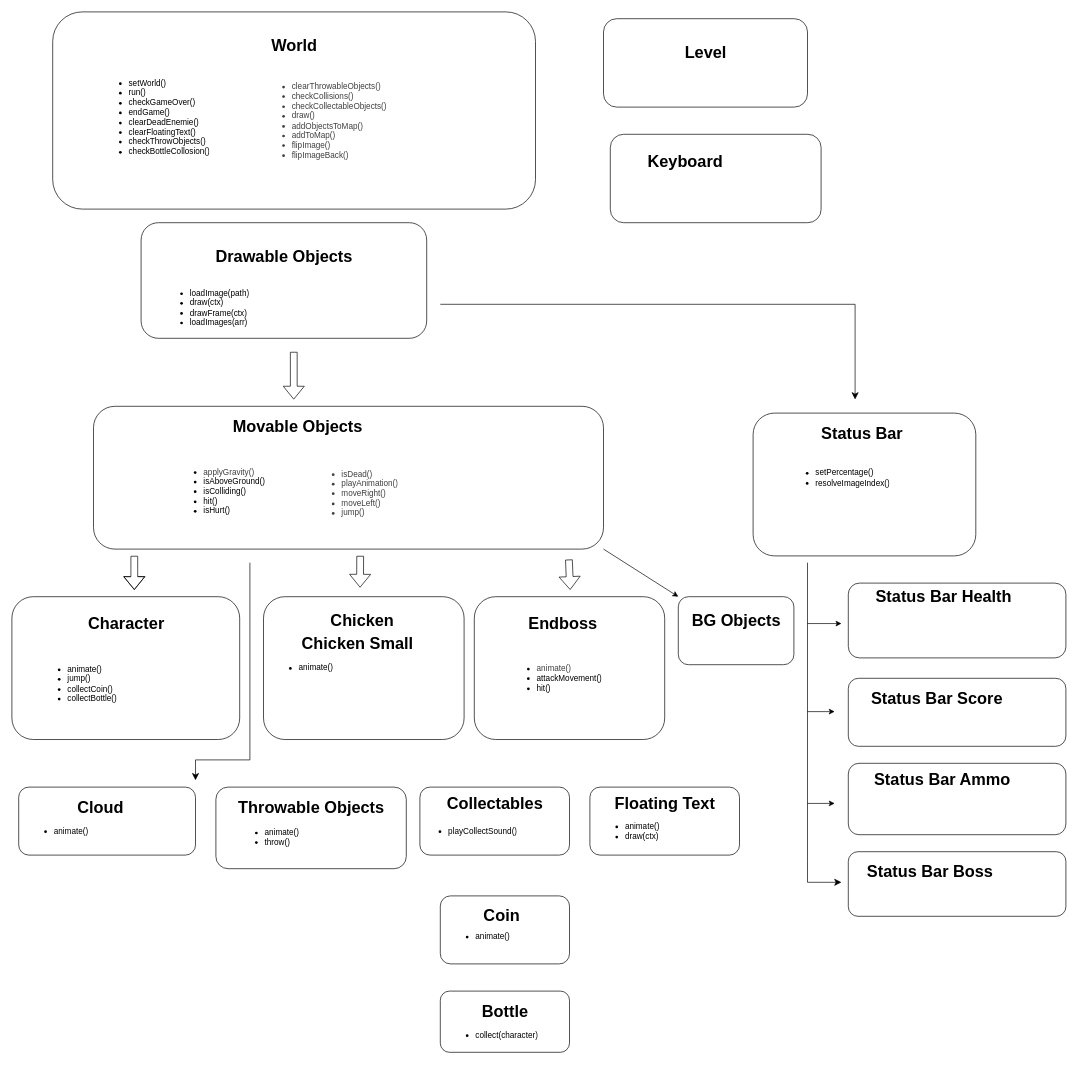
This is doc/class-diagram.drawio from AnneManthey/Pollo-Loco, a draw.io file, before an edit. Source tidied: cells renumbered, new cells numbered last; positions are measured from the earlier drawing's top-left corner, leaving out a move shared by most shapes. Both pictures are drawn from the tidied source at 68%, with x=0, y=0 at pixel (12, 12).
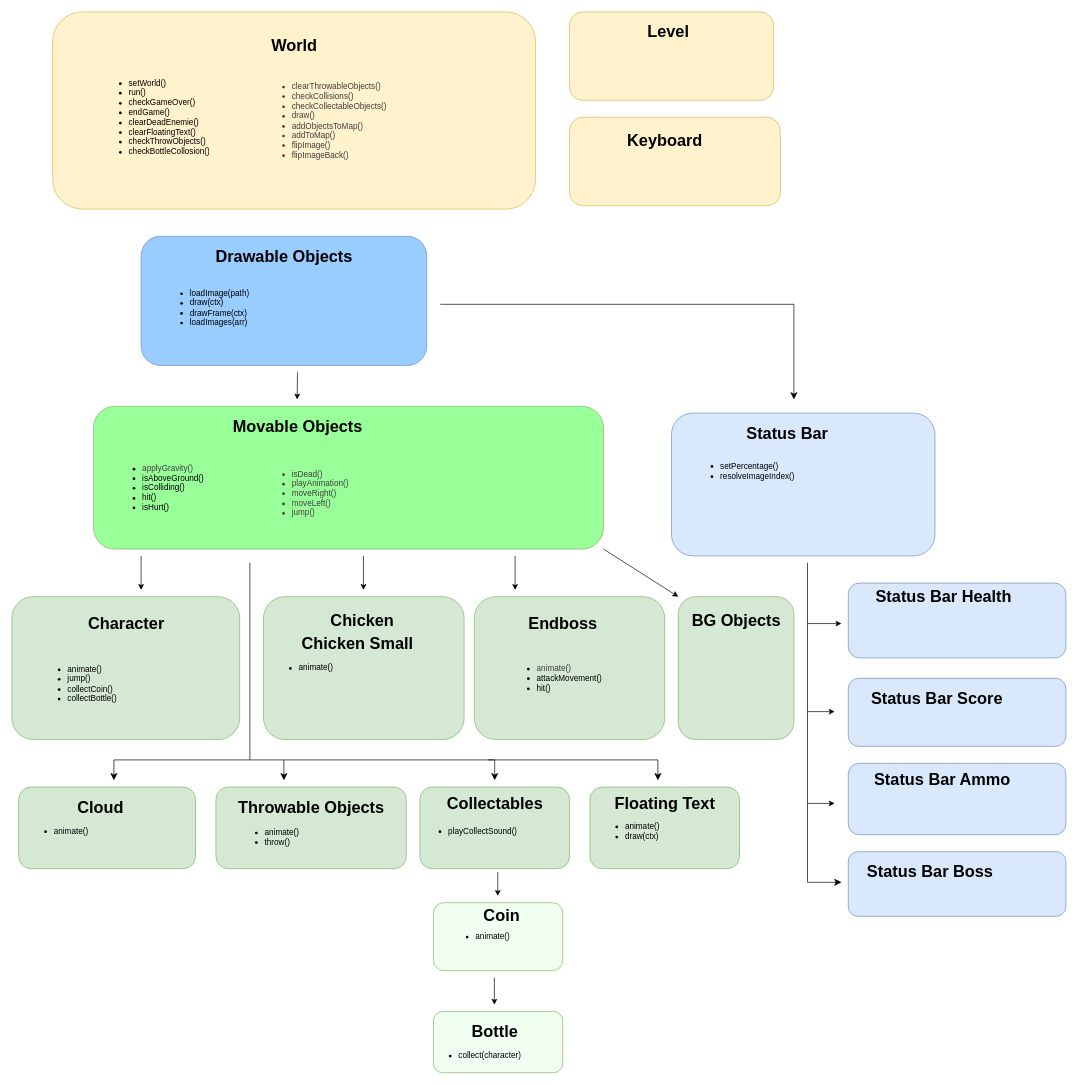
Above is the later version.

Diff of the diagram source:
```diff
@@
-<mxGraphModel>
+<mxGraphModel background="#ffffff">
@@
-    <mxCell id="2" style="rounded=1;whiteSpace=wrap;html=1;" parent="1" vertex="1">
+    <mxCell id="2" style="rounded=1;whiteSpace=wrap;html=1;fillColor=#fff2cc;strokeColor=#d6b656;" parent="1" vertex="1">
       <mxGeometry x="60" width="710" height="290" as="geometry" />
     </mxCell>
@@
-    <mxCell id="5" style="rounded=1;whiteSpace=wrap;html=1;" parent="1" vertex="1">
-      <mxGeometry x="190" y="310" width="420" height="170" as="geometry" />
+    <mxCell id="5" style="rounded=1;whiteSpace=wrap;html=1;fillColor=#99CCFF;strokeColor=#6c8ebf;" parent="1" vertex="1">
+      <mxGeometry x="190" y="330" width="420" height="190" as="geometry" />
     </mxCell>
@@
-    <mxCell id="8" style="rounded=1;whiteSpace=wrap;html=1;" parent="1" vertex="1">
+    <mxCell id="8" style="rounded=1;whiteSpace=wrap;html=1;fillColor=#d5e8d4;strokeColor=#82b366;" parent="1" vertex="1">
       <mxGeometry y="860" width="335" height="210" as="geometry" />
     </mxCell>
-    <mxCell id="9" style="rounded=1;whiteSpace=wrap;html=1;" parent="1" vertex="1">
+    <mxCell id="9" style="rounded=1;whiteSpace=wrap;html=1;fillColor=#99FF99;strokeColor=#82b366;" parent="1" vertex="1">
       <mxGeometry x="120" y="580" width="750" height="210" as="geometry" />
     </mxCell>
@@
     <mxCell id="12" value="&lt;ul&gt;&lt;li&gt;&lt;span style=&quot;color: rgb(63, 63, 63); background-color: transparent;&quot;&gt;applyGravity()&lt;/span&gt;&lt;/li&gt;&lt;li&gt;isAboveGround()&lt;/li&gt;&lt;li&gt;isColliding()&lt;/li&gt;&lt;li&gt;hit()&lt;/li&gt;&lt;li&gt;isHurt()&lt;/li&gt;&lt;/ul&gt;" style="text;strokeColor=none;fillColor=none;html=1;whiteSpace=wrap;verticalAlign=middle;overflow=hidden;" parent="1" vertex="1">
-      <mxGeometry x="240" y="635" width="150" height="140" as="geometry" />
+      <mxGeometry x="150" y="630" width="150" height="140" as="geometry" />
     </mxCell>
     <mxCell id="13" value="&lt;ul&gt;&lt;li style=&quot;color: rgb(63, 63, 63); scrollbar-color: rgb(226, 226, 226) rgb(251, 251, 251);&quot;&gt;isDead()&lt;/li&gt;&lt;li style=&quot;color: rgb(63, 63, 63); scrollbar-color: rgb(226, 226, 226) rgb(251, 251, 251);&quot;&gt;playAnimation()&lt;/li&gt;&lt;li style=&quot;color: rgb(63, 63, 63); scrollbar-color: rgb(226, 226, 226) rgb(251, 251, 251);&quot;&gt;moveRight()&lt;/li&gt;&lt;li style=&quot;color: rgb(63, 63, 63); scrollbar-color: rgb(226, 226, 226) rgb(251, 251, 251);&quot;&gt;moveLeft()&lt;/li&gt;&lt;li style=&quot;color: rgb(63, 63, 63); scrollbar-color: rgb(226, 226, 226) rgb(251, 251, 251);&quot;&gt;jump()&lt;/li&gt;&lt;/ul&gt;" style="text;strokeColor=none;fillColor=none;html=1;whiteSpace=wrap;verticalAlign=middle;overflow=hidden;" parent="1" vertex="1">
-      <mxGeometry x="442.5" y="640" width="130" height="135" as="geometry" />
+      <mxGeometry x="370" y="640" width="130" height="135" as="geometry" />
     </mxCell>
-    <mxCell id="14" style="shape=flexArrow;endArrow=classic;html=1;" parent="1" edge="1">
-      <mxGeometry relative="1" as="geometry">
-        <mxPoint x="414.5" y="500" as="sourcePoint" />
-        <mxPoint x="414.5" y="570" as="targetPoint" />
-      </mxGeometry>
-    </mxCell>
@@
-    <mxCell id="16" style="shape=flexArrow;endArrow=classic;html=1;" parent="1" edge="1">
-      <mxGeometry relative="1" as="geometry">
-        <mxPoint x="180" y="800" as="sourcePoint" />
-        <mxPoint x="180" y="850" as="targetPoint" />
-        <Array as="points">
-          <mxPoint x="180" y="820" />
-        </Array>
-      </mxGeometry>
-    </mxCell>
@@
-    <mxCell id="18" style="rounded=1;whiteSpace=wrap;html=1;" parent="1" vertex="1">
+    <mxCell id="18" style="rounded=1;whiteSpace=wrap;html=1;fillColor=#d5e8d4;strokeColor=#82b366;" parent="1" vertex="1">
       <mxGeometry x="370" y="860" width="295" height="210" as="geometry" />
     </mxCell>
@@
-    <mxCell id="22" style="shape=flexArrow;endArrow=classic;html=1;entryX=0.118;entryY=-0.016;entryDx=0;entryDy=0;entryPerimeter=0;" parent="1" edge="1">
-      <mxGeometry relative="1" as="geometry">
-        <mxPoint x="512.2" y="800" as="sourcePoint" />
-        <mxPoint x="512" y="846.6" as="targetPoint" />
-      </mxGeometry>
-    </mxCell>
-    <mxCell id="23" style="rounded=1;whiteSpace=wrap;html=1;" parent="1" vertex="1">
+    <mxCell id="23" style="rounded=1;whiteSpace=wrap;html=1;fillColor=#d5e8d4;strokeColor=#82b366;" parent="1" vertex="1">
       <mxGeometry x="680" y="860" width="280" height="210" as="geometry" />
     </mxCell>
-    <mxCell id="24" style="shape=flexArrow;endArrow=classic;html=1;" parent="1" edge="1">
-      <mxGeometry relative="1" as="geometry">
-        <mxPoint x="819.1" y="805.4" as="sourcePoint" />
-        <mxPoint x="821" y="850" as="targetPoint" />
-      </mxGeometry>
-    </mxCell>
@@
-    <mxCell id="26" style="rounded=1;whiteSpace=wrap;html=1;" parent="1" vertex="1">
-      <mxGeometry x="980" y="860" width="170" height="100" as="geometry" />
+    <mxCell id="26" style="rounded=1;whiteSpace=wrap;html=1;fillColor=#d5e8d4;strokeColor=#82b366;" parent="1" vertex="1">
+      <mxGeometry x="980" y="860" width="170" height="210" as="geometry" />
     </mxCell>
@@
-    <mxCell id="28" style="rounded=1;whiteSpace=wrap;html=1;" parent="1" vertex="1">
-      <mxGeometry x="10" y="1140" width="260" height="100" as="geometry" />
+    <mxCell id="28" style="rounded=1;whiteSpace=wrap;html=1;fillColor=#d5e8d4;strokeColor=#82b366;" parent="1" vertex="1">
+      <mxGeometry x="10" y="1140" width="260" height="120" as="geometry" />
     </mxCell>
@@
-    <mxCell id="31" style="rounded=1;whiteSpace=wrap;html=1;" parent="1" vertex="1">
-      <mxGeometry x="1090" y="590" width="327.5" height="210" as="geometry" />
+    <mxCell id="31" style="rounded=1;whiteSpace=wrap;html=1;fillColor=#dae8fc;strokeColor=#6c8ebf;" parent="1" vertex="1">
+      <mxGeometry x="970" y="590" width="387.5" height="210" as="geometry" />
     </mxCell>
     <mxCell id="32" value="Status Bar" style="text;strokeColor=none;fillColor=none;html=1;fontSize=24;fontStyle=1;verticalAlign=middle;align=center;" parent="1" vertex="1">
-      <mxGeometry x="1200" y="600" width="100" height="40" as="geometry" />
+      <mxGeometry x="1090" y="600" width="100" height="40" as="geometry" />
     </mxCell>
     <mxCell id="33" value="&lt;ul&gt;&lt;li&gt;setPercentage()&lt;/li&gt;&lt;li&gt;resolveImageIndex()&lt;/li&gt;&lt;/ul&gt;" style="text;strokeColor=none;fillColor=none;html=1;whiteSpace=wrap;verticalAlign=middle;overflow=hidden;" parent="1" vertex="1">
-      <mxGeometry x="1140" y="650" width="200" height="70" as="geometry" />
+      <mxGeometry x="1000" y="640" width="200" height="70" as="geometry" />
     </mxCell>
     <mxCell id="34" style="edgeStyle=segmentEdgeStyle;endArrow=classic;html=1;curved=0;rounded=0;endSize=8;startSize=8;" parent="1" edge="1">
       <mxGeometry relative="1" as="geometry">
         <mxPoint x="350" y="810" as="sourcePoint" />
-        <mxPoint x="270" y="1130" as="targetPoint" />
+        <mxPoint x="150" y="1130" as="targetPoint" />
         <Array as="points">
           <mxPoint x="350" y="1100" />
         </Array>
       </mxGeometry>
     </mxCell>
-    <mxCell id="35" style="rounded=1;whiteSpace=wrap;html=1;" parent="1" vertex="1">
-      <mxGeometry x="600" y="1140" width="220" height="100" as="geometry" />
+    <mxCell id="35" style="rounded=1;whiteSpace=wrap;html=1;fillColor=#d5e8d4;strokeColor=#82b366;" parent="1" vertex="1">
+      <mxGeometry x="600" y="1140" width="220" height="120" as="geometry" />
     </mxCell>
@@
-    <mxCell id="38" style="rounded=1;whiteSpace=wrap;html=1;" parent="1" vertex="1">
-      <mxGeometry x="850" y="1140" width="220" height="100" as="geometry" />
+    <mxCell id="38" style="rounded=1;whiteSpace=wrap;html=1;fillColor=#d5e8d4;strokeColor=#82b366;" parent="1" vertex="1">
+      <mxGeometry x="850" y="1140" width="220" height="120" as="geometry" />
     </mxCell>
@@
-    <mxCell id="41" style="rounded=1;whiteSpace=wrap;html=1;" parent="1" vertex="1">
+    <mxCell id="41" style="rounded=1;whiteSpace=wrap;html=1;fillColor=#dae8fc;strokeColor=#6c8ebf;" parent="1" vertex="1">
       <mxGeometry x="1230" y="840" width="320" height="110" as="geometry" />
     </mxCell>
@@
-    <mxCell id="43" style="rounded=1;whiteSpace=wrap;html=1;" parent="1" vertex="1">
+    <mxCell id="43" style="rounded=1;whiteSpace=wrap;html=1;fillColor=#dae8fc;strokeColor=#6c8ebf;" parent="1" vertex="1">
       <mxGeometry x="1230" y="980" width="320" height="100" as="geometry" />
     </mxCell>
-    <mxCell id="44" style="rounded=1;whiteSpace=wrap;html=1;" parent="1" vertex="1">
+    <mxCell id="44" style="rounded=1;whiteSpace=wrap;html=1;fillColor=#dae8fc;strokeColor=#6c8ebf;" parent="1" vertex="1">
       <mxGeometry x="1230" y="1105" width="320" height="105" as="geometry" />
     </mxCell>
-    <mxCell id="45" style="rounded=1;whiteSpace=wrap;html=1;" parent="1" vertex="1">
+    <mxCell id="45" style="rounded=1;whiteSpace=wrap;html=1;fillColor=#dae8fc;strokeColor=#6c8ebf;" parent="1" vertex="1">
       <mxGeometry x="1230" y="1235" width="320" height="95" as="geometry" />
     </mxCell>
@@
     <mxCell id="49" style="edgeStyle=segmentEdgeStyle;endArrow=classic;html=1;curved=0;rounded=0;endSize=8;startSize=8;" parent="1" edge="1">
       <mxGeometry relative="1" as="geometry">
         <mxPoint x="630" y="430" as="sourcePoint" />
-        <mxPoint x="1240" y="570" as="targetPoint" />
+        <mxPoint x="1150" y="570" as="targetPoint" />
       </mxGeometry>
     </mxCell>
@@
-    <mxCell id="57" style="rounded=1;whiteSpace=wrap;html=1;" parent="1" vertex="1">
+    <mxCell id="57" style="rounded=1;whiteSpace=wrap;html=1;fillColor=#d5e8d4;strokeColor=#82b366;" parent="1" vertex="1">
       <mxGeometry x="300" y="1140" width="280" height="120" as="geometry" />
     </mxCell>
@@
-    <mxCell id="60" style="rounded=1;whiteSpace=wrap;html=1;" parent="1" vertex="1">
-      <mxGeometry x="870" y="10" width="300" height="130" as="geometry" />
+    <mxCell id="60" style="rounded=1;whiteSpace=wrap;html=1;fillColor=#fff2cc;strokeColor=#d6b656;" parent="1" vertex="1">
+      <mxGeometry x="820" width="300" height="130" as="geometry" />
     </mxCell>
     <mxCell id="61" value="Level" style="text;strokeColor=none;fillColor=none;html=1;fontSize=24;fontStyle=1;verticalAlign=middle;align=center;" parent="1" vertex="1">
-      <mxGeometry x="970" y="40" width="100" height="40" as="geometry" />
+      <mxGeometry x="915" y="10" width="100" height="40" as="geometry" />
     </mxCell>
-    <mxCell id="62" style="rounded=1;whiteSpace=wrap;html=1;" parent="1" vertex="1">
-      <mxGeometry x="880" y="180" width="310" height="130" as="geometry" />
+    <mxCell id="62" style="rounded=1;whiteSpace=wrap;html=1;fillColor=#fff2cc;strokeColor=#d6b656;" parent="1" vertex="1">
+      <mxGeometry x="820" y="155" width="310" height="130" as="geometry" />
     </mxCell>
     <mxCell id="63" value="Keyboard" style="text;strokeColor=none;fillColor=none;html=1;fontSize=24;fontStyle=1;verticalAlign=middle;align=center;" parent="1" vertex="1">
-      <mxGeometry x="940" y="200" width="100" height="40" as="geometry" />
+      <mxGeometry x="910" y="170" width="100" height="40" as="geometry" />
     </mxCell>
-    <mxCell id="64" style="rounded=1;whiteSpace=wrap;html=1;" parent="1" vertex="1">
-      <mxGeometry x="630" y="1300" width="190" height="100" as="geometry" />
+    <mxCell id="64" style="rounded=1;whiteSpace=wrap;html=1;fillColor=#F0FFF0;strokeColor=#82b366;" parent="1" vertex="1">
+      <mxGeometry x="620" y="1310" width="190" height="100" as="geometry" />
     </mxCell>
-    <mxCell id="65" style="rounded=1;whiteSpace=wrap;html=1;" parent="1" vertex="1">
-      <mxGeometry x="630" y="1440" width="190" height="90" as="geometry" />
+    <mxCell id="65" style="rounded=1;whiteSpace=wrap;html=1;fillColor=#F0FFF0;strokeColor=#82b366;" parent="1" vertex="1">
+      <mxGeometry x="620" y="1470" width="190" height="90" as="geometry" />
     </mxCell>
@@
     <mxCell id="67" value="Bottle" style="text;strokeColor=none;fillColor=none;html=1;fontSize=24;fontStyle=1;verticalAlign=middle;align=center;" parent="1" vertex="1">
-      <mxGeometry x="675" y="1450" width="100" height="40" as="geometry" />
+      <mxGeometry x="660" y="1480" width="100" height="40" as="geometry" />
     </mxCell>
@@
     <mxCell id="69" value="&lt;ul&gt;&lt;li&gt;collect(character)&lt;/li&gt;&lt;/ul&gt;" style="text;strokeColor=none;fillColor=none;html=1;whiteSpace=wrap;verticalAlign=middle;overflow=hidden;" parent="1" vertex="1">
-      <mxGeometry x="640" y="1480" width="150" height="50" as="geometry" />
+      <mxGeometry x="615" y="1510" width="150" height="50" as="geometry" />
     </mxCell>
+    <mxCell id="70" style="endArrow=classic;html=1;" parent="1" edge="1">
+      <mxGeometry relative="1" as="geometry">
+        <mxPoint x="420" y="530" as="sourcePoint" />
+        <mxPoint x="419.5" y="570" as="targetPoint" />
+      </mxGeometry>
+    </mxCell>
+    <mxCell id="71" style="endArrow=classic;html=1;" parent="1" edge="1">
+      <mxGeometry relative="1" as="geometry">
+        <mxPoint x="190" y="800" as="sourcePoint" />
+        <mxPoint x="190" y="850" as="targetPoint" />
+      </mxGeometry>
+    </mxCell>
+    <mxCell id="72" style="endArrow=classic;html=1;" parent="1" edge="1">
+      <mxGeometry relative="1" as="geometry">
+        <mxPoint x="517" y="800" as="sourcePoint" />
+        <mxPoint x="517" y="850" as="targetPoint" />
+      </mxGeometry>
+    </mxCell>
+    <mxCell id="73" style="endArrow=classic;html=1;" parent="1" edge="1">
+      <mxGeometry relative="1" as="geometry">
+        <mxPoint x="740" y="800" as="sourcePoint" />
+        <mxPoint x="740" y="850" as="targetPoint" />
+      </mxGeometry>
+    </mxCell>
+    <mxCell id="74" style="edgeStyle=segmentEdgeStyle;endArrow=classic;html=1;curved=0;rounded=0;endSize=8;startSize=8;" parent="1" edge="1">
+      <mxGeometry relative="1" as="geometry">
+        <mxPoint x="350" y="1100" as="sourcePoint" />
+        <mxPoint x="400" y="1130" as="targetPoint" />
+      </mxGeometry>
+    </mxCell>
+    <mxCell id="75" style="edgeStyle=segmentEdgeStyle;endArrow=classic;html=1;curved=0;rounded=0;endSize=8;startSize=8;" parent="1" edge="1">
+      <mxGeometry relative="1" as="geometry">
+        <mxPoint x="400" y="1100" as="sourcePoint" />
+        <mxPoint x="710" y="1130" as="targetPoint" />
+      </mxGeometry>
+    </mxCell>
+    <mxCell id="76" style="edgeStyle=segmentEdgeStyle;endArrow=classic;html=1;curved=0;rounded=0;endSize=8;startSize=8;" parent="1" edge="1">
+      <mxGeometry relative="1" as="geometry">
+        <mxPoint x="700" y="1100" as="sourcePoint" />
+        <mxPoint x="950" y="1130" as="targetPoint" />
+      </mxGeometry>
+    </mxCell>
+    <mxCell id="77" style="endArrow=classic;html=1;" parent="1" edge="1">
+      <mxGeometry relative="1" as="geometry">
+        <mxPoint x="714.5" y="1265" as="sourcePoint" />
+        <mxPoint x="714.5" y="1300" as="targetPoint" />
+      </mxGeometry>
+    </mxCell>
+    <mxCell id="78" style="endArrow=classic;html=1;" parent="1" edge="1">
+      <mxGeometry relative="1" as="geometry">
+        <mxPoint x="709.5" y="1420" as="sourcePoint" />
+        <mxPoint x="709.5" y="1460" as="targetPoint" />
+      </mxGeometry>
+    </mxCell>
```
